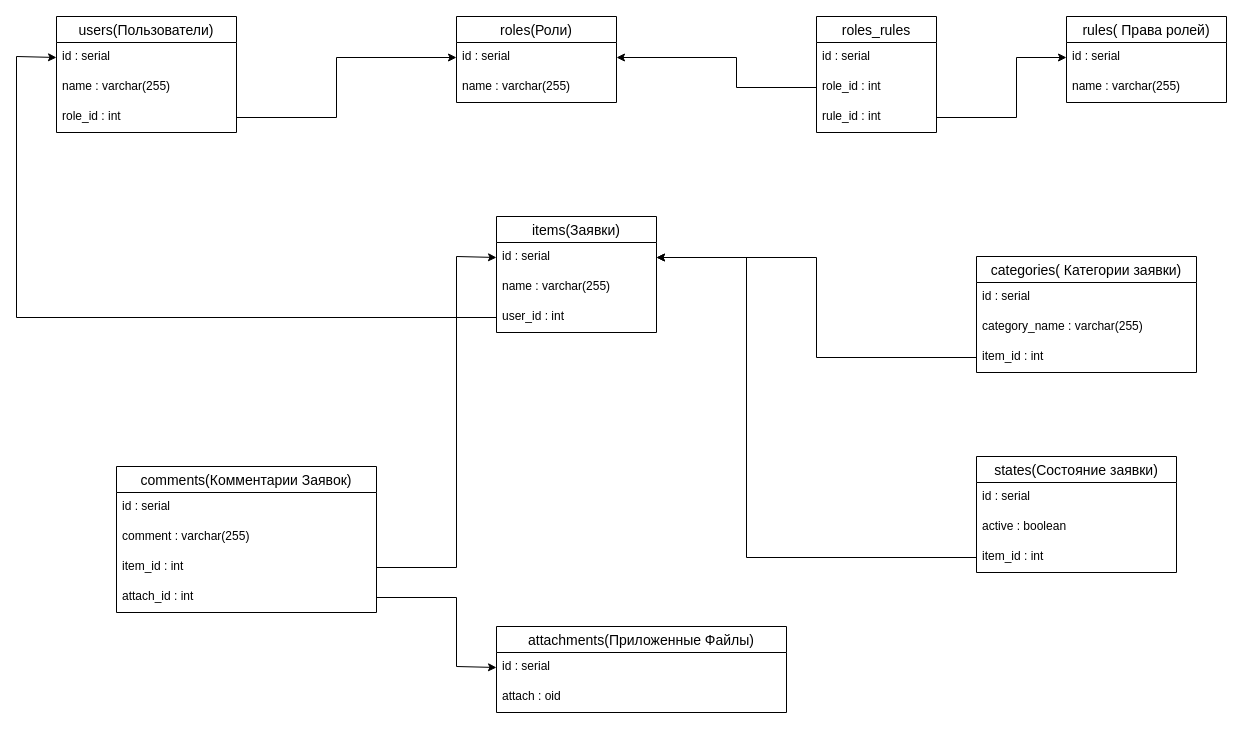
Above: data/sql/1. The scheme of the rights of users and roles/1. Схема прав пользователи и роли.drawio in divergenny/job4j_design (draw.io), before the change. Source tidied: cells renumbered, new cells numbered last; positions are measured from the earlier drawing's top-left corner, leaving out a move shared by most shapes. Both pictures are drawn from the tidied source at 100%, with x=0, y=0 at pixel (16, 16).
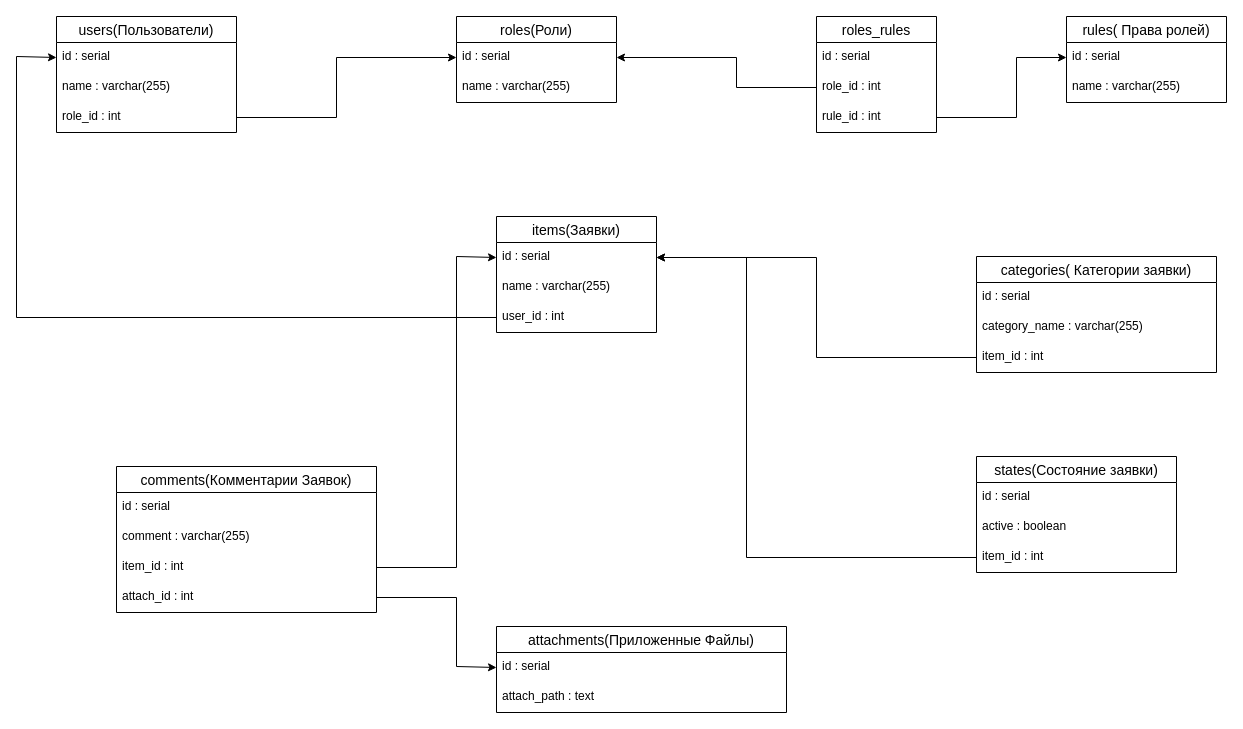
The same page after the edit.

Commit message (it also covers changes not shown here):
1. Схема прав пользователи и роли, add insertions, fix errors, change datatype of attachment to text.

The change refers to these unchanged cells:
```xml
<mxCell id="25" value="attachments(Приложенные Файлы)" style="swimlane;fontStyle=0;horizontal=1;startSize=26;align=center;fontSize=14;" parent="1" vertex="1">
  <mxGeometry x="480" y="610" width="290" height="86" as="geometry" />
</mxCell>
```

The edit, as a diff of the source:
```diff
@@
     <mxCell id="21" value="categories( Категории заявки)" style="swimlane;fontStyle=0;horizontal=1;startSize=26;align=center;fontSize=14;" parent="1" vertex="1">
-      <mxGeometry x="960" y="240" width="220" height="116" as="geometry" />
+      <mxGeometry x="960" y="240" width="240" height="116" as="geometry" />
     </mxCell>
     <mxCell id="22" value="id : serial" style="text;strokeColor=none;fillColor=none;spacingLeft=4;spacingRight=4;overflow=hidden;fontSize=12;" parent="21" vertex="1">
-      <mxGeometry y="26" width="220" height="30" as="geometry" />
+      <mxGeometry y="26" width="240" height="30" as="geometry" />
     </mxCell>
     <mxCell id="23" value="category_name : varchar(255)" style="text;strokeColor=none;fillColor=none;spacingLeft=4;spacingRight=4;overflow=hidden;fontSize=12;" parent="21" vertex="1">
-      <mxGeometry y="56" width="220" height="30" as="geometry" />
+      <mxGeometry y="56" width="240" height="30" as="geometry" />
     </mxCell>
     <mxCell id="24" value="item_id : int" style="text;strokeColor=none;fillColor=none;spacingLeft=4;spacingRight=4;overflow=hidden;points=[[0,0.5],[1,0.5]];portConstraint=eastwest;fontSize=12;" parent="21" vertex="1">
-      <mxGeometry y="86" width="220" height="30" as="geometry" />
+      <mxGeometry y="86" width="240" height="30" as="geometry" />
     </mxCell>
@@
-    <mxCell id="27" value="attach : oid" style="text;strokeColor=none;fillColor=none;spacingLeft=4;spacingRight=4;overflow=hidden;fontSize=12;" parent="25" vertex="1">
+    <mxCell id="27" value="attach_path : text" style="text;strokeColor=none;fillColor=none;spacingLeft=4;spacingRight=4;overflow=hidden;fontSize=12;" parent="25" vertex="1">
       <mxGeometry y="56" width="290" height="30" as="geometry" />
     </mxCell>
```
